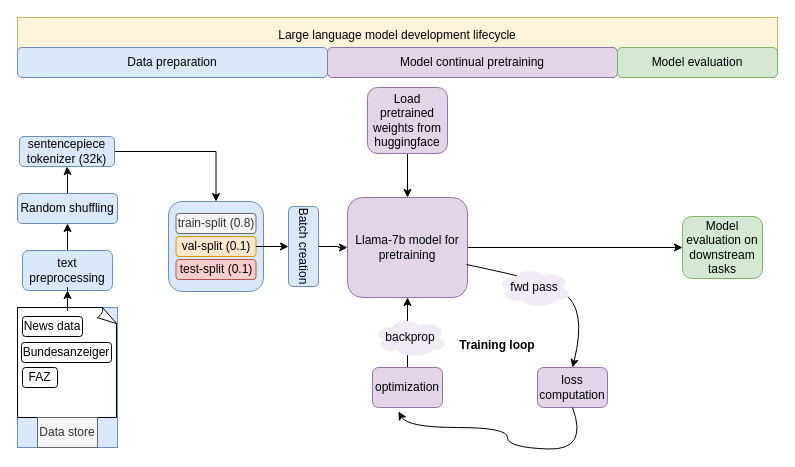
Before: page "Page-1" (1 of 4) of Untitled Diagram.drawio in prabhupad26/100daysofML, a draw.io diagram. Source tidied: cells renumbered, new cells numbered last; positions are measured from the earlier drawing's top-left corner, leaving out a move shared by most shapes. Both pictures are drawn from the tidied source at 100%, with x=0, y=0 at pixel (17, 17).
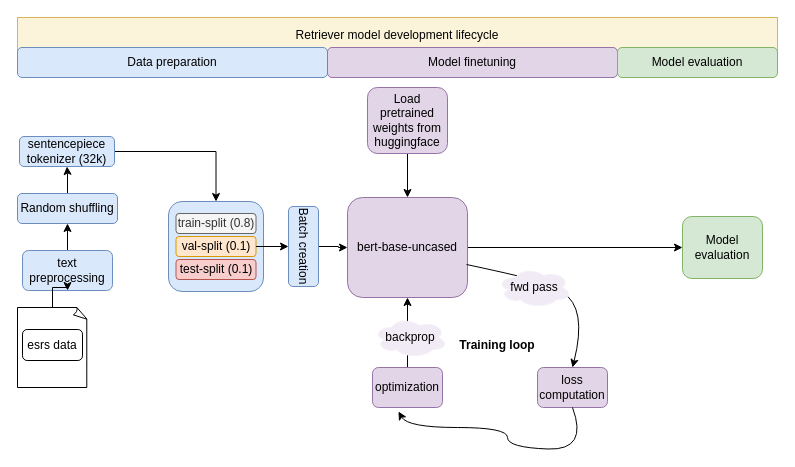
The same diagram, later.

The edit, as a diff of the source:
```diff
@@
-    <mxCell id="6" style="group;fillColor=#dae8fc;strokeColor=#6c8ebf;" parent="1" vertex="1">
-      <mxGeometry y="290" width="100" height="140" as="geometry" />
-    </mxCell>
-    <mxCell id="7" style="whiteSpace=wrap;html=1;shape=mxgraph.basic.document;" parent="6" vertex="1">
-      <mxGeometry width="100" height="110" as="geometry" />
-    </mxCell>
-    <mxCell id="8" value="News data" style="rounded=1;whiteSpace=wrap;html=1;" parent="6" vertex="1">
-      <mxGeometry x="5" y="9" width="60" height="20" as="geometry" />
-    </mxCell>
-    <mxCell id="9" value="Bundesanzeiger" style="rounded=1;whiteSpace=wrap;html=1;" parent="6" vertex="1">
-      <mxGeometry x="4" y="35" width="90" height="20" as="geometry" />
-    </mxCell>
-    <mxCell id="10" value="FAZ" style="rounded=1;whiteSpace=wrap;html=1;" parent="6" vertex="1">
-      <mxGeometry x="5" y="60" width="35" height="20" as="geometry" />
-    </mxCell>
-    <mxCell id="11" value="Data store" style="rounded=0;whiteSpace=wrap;html=1;fillColor=#f5f5f5;fontColor=#333333;strokeColor=#666666;" parent="6" vertex="1">
-      <mxGeometry x="20" y="110" width="60" height="30" as="geometry" />
-    </mxCell>
@@
-    <mxCell id="15" value="Llama-7b model for pretraining" style="rounded=1;whiteSpace=wrap;html=1;fillColor=#e1d5e7;strokeColor=#9673a6;" parent="1" vertex="1">
+    <mxCell id="15" value="bert-base-uncased" style="rounded=1;whiteSpace=wrap;html=1;fillColor=#e1d5e7;strokeColor=#9673a6;" parent="1" vertex="1">
       <mxGeometry x="330" y="180" width="120" height="100" as="geometry" />
     </mxCell>
-    <mxCell id="16" value="Model evaluation on downstream tasks" style="rounded=1;whiteSpace=wrap;html=1;fillColor=#d5e8d4;strokeColor=#82b366;" parent="1" vertex="1">
+    <mxCell id="16" value="Model evaluation" style="rounded=1;whiteSpace=wrap;html=1;fillColor=#d5e8d4;strokeColor=#82b366;" parent="1" vertex="1">
       <mxGeometry x="665" y="199" width="80" height="62" as="geometry" />
     </mxCell>
@@
-    <mxCell id="36" value="Large language model development lifecycle" style="rounded=0;whiteSpace=wrap;html=1;fillColor=#fbf3da;strokeColor=#d6b656;" parent="1" vertex="1">
+    <mxCell id="36" value="Retriever model development lifecycle" style="rounded=0;whiteSpace=wrap;html=1;fillColor=#fbf3da;strokeColor=#d6b656;" parent="1" vertex="1">
       <mxGeometry width="760" height="35" as="geometry" />
     </mxCell>
@@
-    <mxCell id="38" value="Model continual pretraining" style="rounded=1;whiteSpace=wrap;html=1;fillColor=#e1d5e7;strokeColor=#9673a6;" parent="1" vertex="1">
+    <mxCell id="38" value="Model finetuning" style="rounded=1;whiteSpace=wrap;html=1;fillColor=#e1d5e7;strokeColor=#9673a6;" parent="1" vertex="1">
       <mxGeometry x="310" y="30" width="290" height="30" as="geometry" />
     </mxCell>
@@
+    <mxCell id="7" style="whiteSpace=wrap;html=1;shape=mxgraph.basic.document;" parent="1" vertex="1">
+      <mxGeometry y="290" width="70" height="80" as="geometry" />
+    </mxCell>
+    <mxCell id="8" value="esrs data" style="rounded=1;whiteSpace=wrap;html=1;" parent="1" vertex="1">
+      <mxGeometry x="5" y="312" width="60" height="31" as="geometry" />
+    </mxCell>
```
